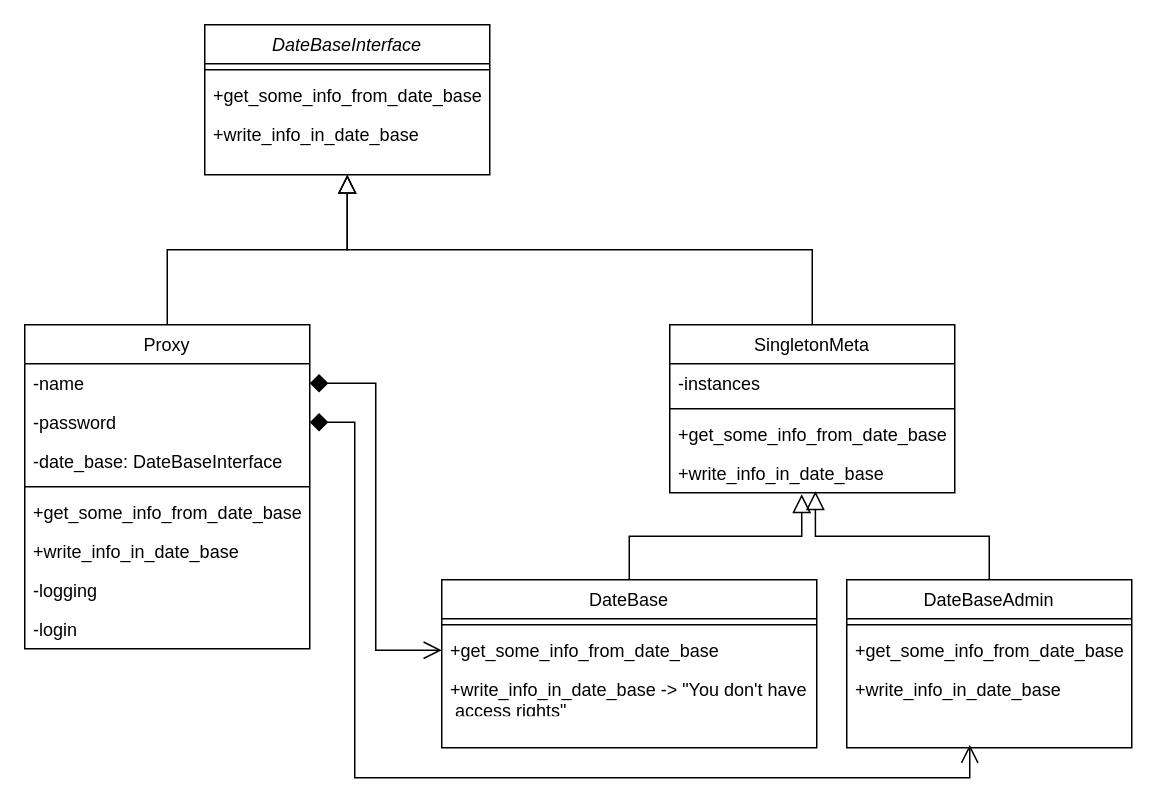
Above: proxy_UML.drawio in cookArehere/patterns (draw.io), before the change. Source tidied: cells renumbered, new cells numbered last; positions are measured from the earlier drawing's top-left corner, leaving out a move shared by most shapes. Both pictures are drawn from the tidied source at 150%, with x=0, y=0 at pixel (24, 24).
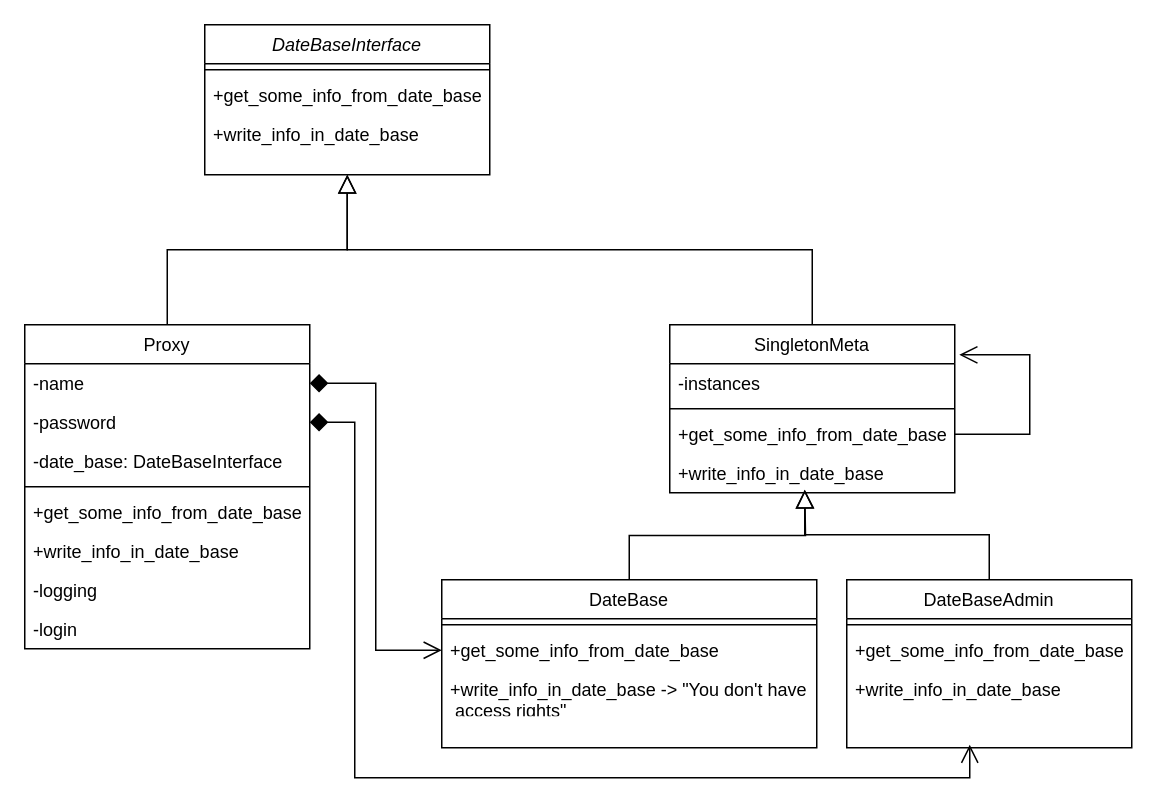
After the change.

Unchanged cells that the change refers to:
```xml
<mxCell id="16" value="SingletonMeta" style="swimlane;fontStyle=0;align=center;verticalAlign=top;horizontal=1;startSize=26;rounded=0;shadow=0;strokeWidth=1;" parent="1" vertex="1">
  <mxGeometry x="430" y="200" width="190" height="112" as="geometry" />
</mxCell>
<mxCell id="19" value="+get_some_info_from_date_base" style="text;align=left;verticalAlign=top;spacingLeft=4;spacingRight=4;overflow=hidden;points=[[0,0.5],[1,0.5]];portConstraint=eastwest;" parent="16" vertex="1">
  <mxGeometry y="60" width="190" height="26" as="geometry" />
</mxCell>
<mxCell id="20" value="+write_info_in_date_base" style="text;align=left;verticalAlign=top;spacingLeft=4;spacingRight=4;overflow=hidden;points=[[0,0.5],[1,0.5]];portConstraint=eastwest;" parent="16" vertex="1">
  <mxGeometry y="86" width="190" height="26" as="geometry" />
</mxCell>
<mxCell id="23" value="DateBase" style="swimlane;fontStyle=0;align=center;verticalAlign=top;horizontal=1;startSize=26;rounded=0;shadow=0;strokeWidth=1;" parent="1" vertex="1">
  <mxGeometry x="278" y="370" width="250" height="112" as="geometry" />
</mxCell>
<mxCell id="28" value="DateBaseAdmin" style="swimlane;fontStyle=0;align=center;verticalAlign=top;horizontal=1;startSize=26;rounded=0;shadow=0;strokeWidth=1;" parent="1" vertex="1">
  <mxGeometry x="548" y="370" width="190" height="112" as="geometry" />
</mxCell>
```

Change to the diagram source:
```diff
@@
+    <mxCell id="34" style="edgeStyle=orthogonalEdgeStyle;rounded=0;jettySize=auto;html=1;startArrow=none;startFill=0;endArrow=open;endFill=0;startSize=10;endSize=10;exitX=1;exitY=0.5;exitDx=0;exitDy=0;entryX=1.016;entryY=0.179;entryDx=0;entryDy=0;entryPerimeter=0;" parent="16" edge="1" source="19" target="16">
+      <mxGeometry relative="1" as="geometry">
+        <Array as="points">
+          <mxPoint x="240" y="73" />
+          <mxPoint x="240" y="20" />
+        </Array>
+      </mxGeometry>
+    </mxCell>
@@
-    <mxCell id="22" style="edgeStyle=orthogonalEdgeStyle;rounded=0;jettySize=auto;html=1;entryX=0.463;entryY=1.038;entryDx=0;entryDy=0;entryPerimeter=0;endArrow=block;endFill=0;endSize=10;" parent="1" edge="1" source="23" target="20">
-      <mxGeometry relative="1" as="geometry" />
+    <mxCell id="22" style="edgeStyle=orthogonalEdgeStyle;rounded=0;jettySize=auto;html=1;endArrow=block;endFill=0;endSize=10;" parent="1" edge="1" source="23">
+      <mxGeometry relative="1" as="geometry">
+        <mxPoint x="520" y="310" as="targetPoint" />
+      </mxGeometry>
     </mxCell>
@@
-    <mxCell id="27" style="edgeStyle=orthogonalEdgeStyle;rounded=0;jettySize=auto;html=1;entryX=0.511;entryY=0.962;entryDx=0;entryDy=0;entryPerimeter=0;endArrow=block;endFill=0;endSize=10;" parent="1" edge="1" source="28" target="20">
-      <mxGeometry relative="1" as="geometry" />
+    <mxCell id="27" style="edgeStyle=orthogonalEdgeStyle;rounded=0;jettySize=auto;html=1;endArrow=block;endFill=0;endSize=10;" parent="1" edge="1" source="28">
+      <mxGeometry relative="1" as="geometry">
+        <mxPoint x="520" y="310" as="targetPoint" />
+        <Array as="points">
+          <mxPoint x="643" y="340" />
+          <mxPoint x="520" y="340" />
+        </Array>
+      </mxGeometry>
     </mxCell>
```
